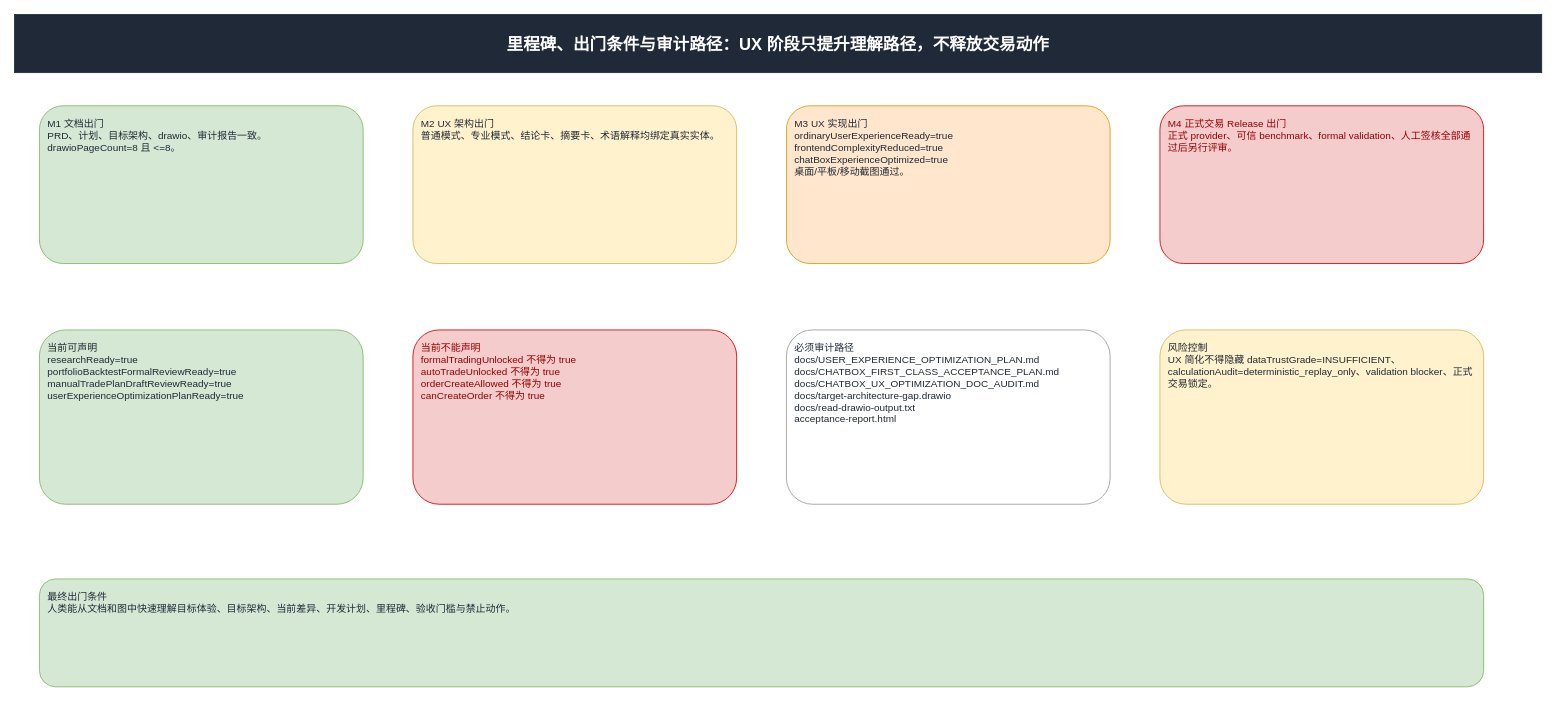
Earlier version of the draw.io diagram page "07 里程碑与出门条件" (7 of 8) of docs/target-architecture-gap.drawio (ljx418/FAMS). Source tidied: cells renumbered, new cells numbered last; positions are measured from the earlier drawing's top-left corner, leaving out a move shared by most shapes. Both pictures are drawn from the tidied source at 83%, with x=0, y=0 at pixel (14, 14).
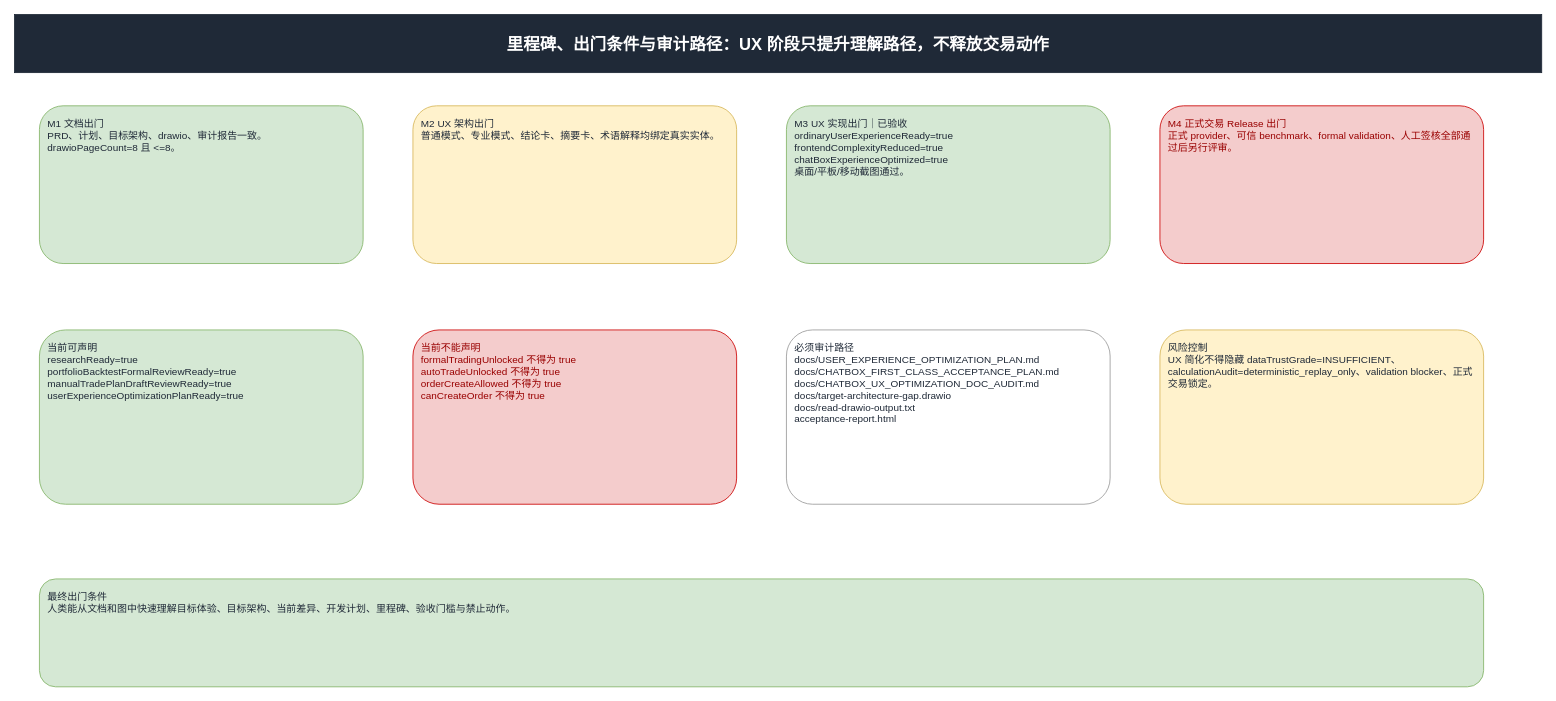
The same page after the edit.

Diff of the diagram source:
```diff
@@
 <mxGraphModel>
   <root>
     <mxCell id="0" />
     <mxCell id="1" parent="0" />
     <mxCell id="2" value="里程碑、出门条件与审计路径：UX 阶段只提升理解路径，不释放交易动作" style="rounded=0;whiteSpace=wrap;html=1;fillColor=#1f2937;strokeColor=#1f2937;fontColor=#ffffff;fontStyle=1;fontSize=20;align=center;verticalAlign=middle;" parent="1" vertex="1">
       <mxGeometry width="1840" height="70" as="geometry" />
     </mxCell>
     <mxCell id="3" value="M1 文档出门&#10;PRD、计划、目标架构、drawio、审计报告一致。&#10;drawioPageCount=8 且 &lt;=8。" style="rounded=1;whiteSpace=wrap;html=1;spacing=10;fontSize=12;align=left;verticalAlign=top;fillColor=#d5e8d4;strokeColor=#82b366;fontColor=#1f2937;" parent="1" vertex="1">
       <mxGeometry x="30" y="110" width="390" height="190" as="geometry" />
     </mxCell>
     <mxCell id="4" value="M2 UX 架构出门&#10;普通模式、专业模式、结论卡、摘要卡、术语解释均绑定真实实体。" style="rounded=1;whiteSpace=wrap;html=1;spacing=10;fontSize=12;align=left;verticalAlign=top;fillColor=#fff2cc;strokeColor=#d6b656;fontColor=#1f2937;" parent="1" vertex="1">
       <mxGeometry x="480" y="110" width="390" height="190" as="geometry" />
     </mxCell>
-    <mxCell id="5" value="M3 UX 实现出门&#10;ordinaryUserExperienceReady=true&#10;frontendComplexityReduced=true&#10;chatBoxExperienceOptimized=true&#10;桌面/平板/移动截图通过。" style="rounded=1;whiteSpace=wrap;html=1;spacing=10;fontSize=12;align=left;verticalAlign=top;fillColor=#ffe6cc;strokeColor=#d79b00;fontColor=#1f2937;" parent="1" vertex="1">
+    <mxCell id="5" value="M3 UX 实现出门｜已验收&#10;ordinaryUserExperienceReady=true&#10;frontendComplexityReduced=true&#10;chatBoxExperienceOptimized=true&#10;桌面/平板/移动截图通过。" style="rounded=1;whiteSpace=wrap;html=1;spacing=10;fontSize=12;align=left;verticalAlign=top;fillColor=#d5e8d4;strokeColor=#82b366;fontColor=#1f2937;" parent="1" vertex="1">
       <mxGeometry x="930" y="110" width="390" height="190" as="geometry" />
     </mxCell>
     <mxCell id="6" value="M4 正式交易 Release 出门&#10;正式 provider、可信 benchmark、formal validation、人工签核全部通过后另行评审。" style="rounded=1;whiteSpace=wrap;html=1;spacing=10;fontSize=12;align=left;verticalAlign=top;fillColor=#f4cccc;strokeColor=#cc0000;fontColor=#990000;" parent="1" vertex="1">
       <mxGeometry x="1380" y="110" width="390" height="190" as="geometry" />
     </mxCell>
     <mxCell id="7" value="当前可声明&#10;researchReady=true&#10;portfolioBacktestFormalReviewReady=true&#10;manualTradePlanDraftReviewReady=true&#10;userExperienceOptimizationPlanReady=true" style="rounded=1;whiteSpace=wrap;html=1;spacing=10;fontSize=12;align=left;verticalAlign=top;fillColor=#d5e8d4;strokeColor=#82b366;fontColor=#1f2937;" parent="1" vertex="1">
       <mxGeometry x="30" y="380" width="390" height="210" as="geometry" />
     </mxCell>
     <mxCell id="8" value="当前不能声明&#10;formalTradingUnlocked 不得为 true&#10;autoTradeUnlocked 不得为 true&#10;orderCreateAllowed 不得为 true&#10;canCreateOrder 不得为 true" style="rounded=1;whiteSpace=wrap;html=1;spacing=10;fontSize=12;align=left;verticalAlign=top;fillColor=#f4cccc;strokeColor=#cc0000;fontColor=#990000;" parent="1" vertex="1">
       <mxGeometry x="480" y="380" width="390" height="210" as="geometry" />
     </mxCell>
     <mxCell id="9" value="必须审计路径&#10;docs/USER_EXPERIENCE_OPTIMIZATION_PLAN.md&#10;docs/CHATBOX_FIRST_CLASS_ACCEPTANCE_PLAN.md&#10;docs/CHATBOX_UX_OPTIMIZATION_DOC_AUDIT.md&#10;docs/target-architecture-gap.drawio&#10;docs/read-drawio-output.txt&#10;acceptance-report.html" style="rounded=1;whiteSpace=wrap;html=1;spacing=10;fontSize=12;align=left;verticalAlign=top;fillColor=#ffffff;strokeColor=#999999;fontColor=#1f2937;" parent="1" vertex="1">
       <mxGeometry x="930" y="380" width="390" height="210" as="geometry" />
     </mxCell>
     <mxCell id="10" value="风险控制&#10;UX 简化不得隐藏 dataTrustGrade=INSUFFICIENT、calculationAudit=deterministic_replay_only、validation blocker、正式交易锁定。" style="rounded=1;whiteSpace=wrap;html=1;spacing=10;fontSize=12;align=left;verticalAlign=top;fillColor=#fff2cc;strokeColor=#d6b656;fontColor=#1f2937;" parent="1" vertex="1">
       <mxGeometry x="1380" y="380" width="390" height="210" as="geometry" />
     </mxCell>
     <mxCell id="11" value="最终出门条件&#10;人类能从文档和图中快速理解目标体验、目标架构、当前差异、开发计划、里程碑、验收门槛与禁止动作。" style="rounded=1;whiteSpace=wrap;html=1;spacing=10;fontSize=12;align=left;verticalAlign=top;fillColor=#d5e8d4;strokeColor=#82b366;fontColor=#1f2937;" parent="1" vertex="1">
       <mxGeometry x="30" y="680" width="1740" height="130" as="geometry" />
     </mxCell>
   </root>
 </mxGraphModel>
```
